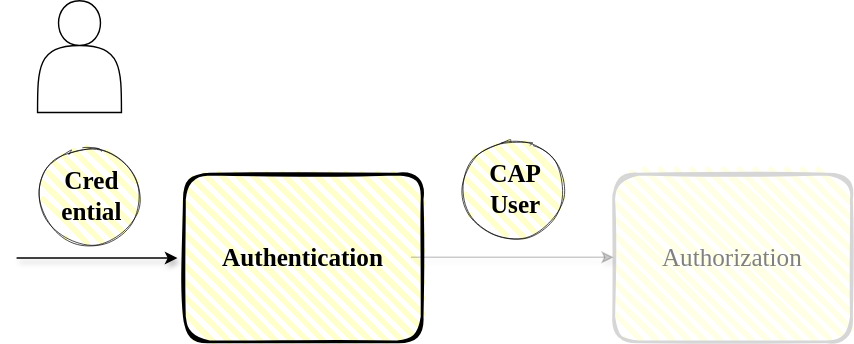
Before: guides/security/assets/authentication.drawio.svg, a diagram exported from draw.io (capire/docs). Source tidied: cells renumbered, new cells last; positions are measured from the earlier drawing's top-left corner, leaving out a move shared by most shapes.
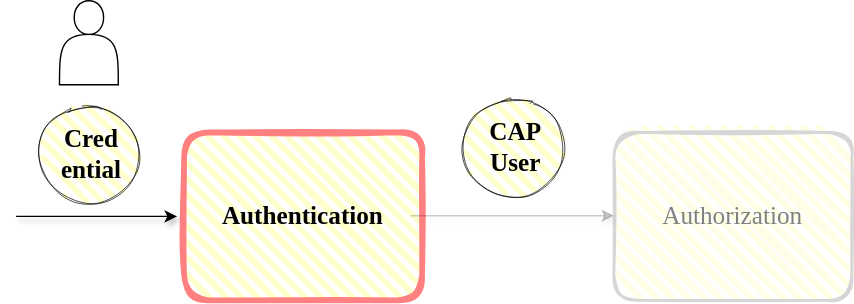
Later version of the same file.

What changed in the source:
```diff
@@ -5,7 +5,7 @@
     <mxCell id="2" style="ellipse;whiteSpace=wrap;html=1;rounded=1;whiteSpace=wrap;html=1;strokeWidth=0.5;fillWeight=4;hachureGap=8;hachureAngle=45;fillColor=#FFFFCC;sketch=1;" parent="1" vertex="1">
       <mxGeometry x="17" y="105" width="70" height="70" as="geometry" />
     </mxCell>
-    <mxCell id="3" value="&lt;font style=&quot;font-size: 18px;&quot; face=&quot;Comic Sans MS&quot;&gt;&lt;b&gt;Authentication&lt;/b&gt;&lt;/font&gt;" style="rounded=1;whiteSpace=wrap;html=1;strokeWidth=2;fillWeight=4;hachureGap=8;hachureAngle=45;fillColor=#FFFFCC;sketch=1;" parent="1" vertex="1">
+    <mxCell id="3" value="&lt;font style=&quot;font-size: 18px;&quot; face=&quot;Comic Sans MS&quot;&gt;&lt;b&gt;Authentication&lt;/b&gt;&lt;/font&gt;" style="rounded=1;whiteSpace=wrap;html=1;strokeWidth=4;fillWeight=4;hachureGap=8;hachureAngle=45;fillColor=#FFFFCC;sketch=1;strokeColor=#FF8080;" parent="1" vertex="1">
       <mxGeometry x="120" y="124" width="170" height="120" as="geometry" />
     </mxCell>
     <mxCell id="4" value="&lt;font style=&quot;font-size: 18px;&quot; face=&quot;Comic Sans MS&quot;&gt;&lt;b&gt;Cred&lt;br&gt;ential&lt;/b&gt;&lt;/font&gt;" style="text;html=1;align=center;verticalAlign=middle;whiteSpace=wrap;rounded=0;" parent="1" vertex="1">
@@ -27,7 +27,7 @@
       </mxGeometry>
     </mxCell>
     <mxCell id="8" style="shape=actor;whiteSpace=wrap;html=1;" parent="1" vertex="1">
-      <mxGeometry x="15" width="60" height="80" as="geometry" />
+      <mxGeometry x="31" y="30" width="42" height="60" as="geometry" />
     </mxCell>
     <mxCell id="9" style="ellipse;whiteSpace=wrap;html=1;rounded=1;whiteSpace=wrap;html=1;strokeWidth=0.5;fillWeight=4;hachureGap=8;hachureAngle=45;fillColor=#FFFFCC;sketch=1;" parent="1" vertex="1">
       <mxGeometry x="320" y="100" width="70" height="70" as="geometry" />
```
